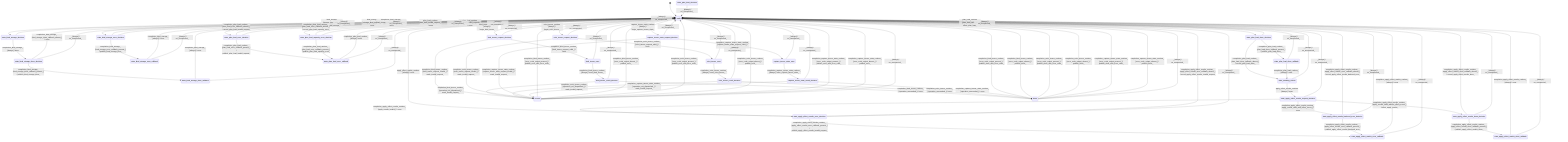
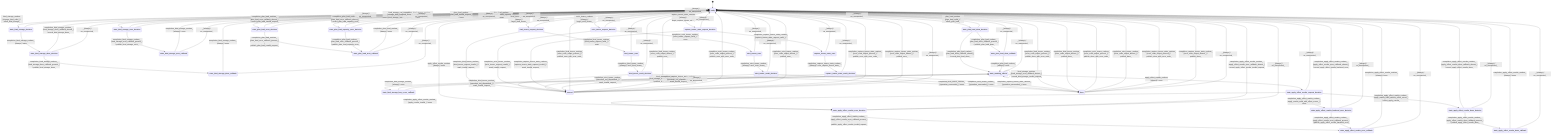
stateDiagram-v2
  direction TB
  [*] --> ready
-   ready --> state_bind_storage_decision : bind_storage [storage_bind_valid_] / effect_bind_storage_
-   ready --> state_bind_storage_error_decision : bind_storage [storage_bind_invalid_] / none
-   state_bind_storage_decision --> state_bind_storage_done_decision : completion_bind_storage_ [always] / none
-   state_bind_storage_done_decision --> state_bind_storage_done_callback : completion_bind_storage_ [bind_storage_done_callback_present_] / publish_bind_storage_done_
-   state_bind_storage_done_decision --> ready : completion_bind_storage_ [bind_storage_done_callback_absent_] / none
-   state_bind_storage_done_callback --> ready : completion_bind_storage_ [always] / none
-   state_bind_storage_error_decision --> state_bind_storage_error_callback : completion_bind_storage_ [bind_storage_error_callback_present_] / publish_bind_storage_error_
-   state_bind_storage_error_decision --> ready : completion_bind_storage_ [bind_storage_error_callback_absent_] / none
-   state_bind_storage_error_callback --> ready : completion_bind_storage_ [always] / none
+   ready --> state_bind_storage_decision : bind_storage_runtime [storage_bind_valid_] / effect_bind_storage_
+   ready --> state_bind_storage_error_decision : bind_storage_runtime [storage_bind_invalid_] / record_bind_storage_invalid_request_
+   state_bind_storage_decision --> state_bind_storage_done_decision : completion_bind_storage_runtime_ [always] / none
+   state_bind_storage_done_decision --> state_bind_storage_done_callback : completion_bind_storage_runtime_ [bind_storage_done_callback_present_] / publish_bind_storage_done_
+   state_bind_storage_done_decision --> ready : completion_bind_storage_runtime_ [bind_storage_done_callback_absent_] / record_bind_storage_done_
+   state_bind_storage_done_callback --> ready : completion_bind_storage_runtime_ [always] / none
+   state_bind_storage_error_decision --> state_bind_storage_error_callback : completion_bind_storage_runtime_ [bind_storage_error_callback_present_] / publish_bind_storage_error_
+   state_bind_storage_error_decision --> ready : completion_bind_storage_runtime_ [bind_storage_error_callback_absent_] / none
+   state_bind_storage_error_callback --> ready : completion_bind_storage_runtime_ [always] / none
+   state_awaiting_effects --> state_bind_storage_busy_error_callback : bind_storage_runtime [bind_storage_error_callback_present_] / publish_bind_storage_error_
+   state_awaiting_effects --> state_awaiting_effects : bind_storage_runtime [bind_storage_error_callback_absent_] / record_bind_storage_invalid_request_
+   state_bind_storage_busy_error_callback --> state_awaiting_effects : completion_bind_storage_runtime_ [always] / none
  ready --> state_plan_load_done_decision : plan_load_runtime [plan_load_valid_] / effect_plan_load_
  ready --> state_plan_load_error_decision : plan_load_runtime [plan_load_invalid_request_] / none
  ready --> state_plan_load_capacity_error_decision : plan_load_runtime [plan_load_invalid_capacity_] / none
  state_plan_load_done_decision --> state_plan_load_done_callback : completion_plan_load_runtime_ [plan_load_done_callback_present_] / publish_plan_load_done_
  state_plan_load_done_decision --> state_awaiting_effects : completion_plan_load_runtime_ [plan_load_done_callback_absent_] / record_plan_load_done_
  state_plan_load_done_callback --> state_awaiting_effects : completion_plan_load_runtime_ [always] / none
  state_plan_load_error_decision --> state_plan_load_error_callback : completion_plan_load_runtime_ [plan_load_error_callback_present_] / publish_plan_load_invalid_request_
  state_plan_load_error_decision --> ready : completion_plan_load_runtime_ [plan_load_error_callback_absent_] / record_plan_load_invalid_request_
  state_plan_load_capacity_error_decision --> state_plan_load_error_callback : completion_plan_load_runtime_ [plan_load_error_callback_present_] / publish_plan_load_capacity_error_
  state_plan_load_capacity_error_decision --> ready : completion_plan_load_runtime_ [plan_load_error_callback_absent_] / record_plan_load_capacity_error_
  state_plan_load_error_callback --> ready : completion_plan_load_runtime_ [always] / none
  state_awaiting_effects --> state_apply_effect_results_request_decision : apply_effect_results_runtime [always] / none
  state_apply_effect_results_request_decision --> state_apply_effect_results_error_decision : completion_apply_effect_results_runtime_ [apply_results_invalid_] / none
  state_apply_effect_results_request_decision --> state_apply_effect_results_backend_error_decision : completion_apply_effect_results_runtime_ [apply_results_valid_with_effect_errors_] / none
  state_apply_effect_results_request_decision --> state_apply_effect_results_done_decision : completion_apply_effect_results_runtime_ [apply_results_valid_without_effect_errors_] / effect_apply_results_
  ready --> state_apply_effect_results_error_decision : apply_effect_results_runtime [always] / none
  state_apply_effect_results_done_decision --> state_apply_effect_results_done_callback : completion_apply_effect_results_runtime_ [apply_effect_results_done_callback_present_] / publish_apply_effect_results_done_
  state_apply_effect_results_done_decision --> ready : completion_apply_effect_results_runtime_ [apply_effect_results_done_callback_absent_] / record_apply_effect_results_done_
  state_apply_effect_results_done_callback --> ready : completion_apply_effect_results_runtime_ [always] / none
  state_apply_effect_results_error_decision --> state_apply_effect_results_error_callback : completion_apply_effect_results_runtime_ [apply_effect_results_error_callback_present_] / publish_apply_effect_results_invalid_request_
  state_apply_effect_results_error_decision --> ready : completion_apply_effect_results_runtime_ [apply_effect_results_error_callback_absent_] / record_apply_effect_results_invalid_request_
  state_apply_effect_results_backend_error_decision --> state_apply_effect_results_error_callback : completion_apply_effect_results_runtime_ [apply_effect_results_error_callback_present_] / publish_apply_effect_results_backend_error_
  state_apply_effect_results_backend_error_decision --> ready : completion_apply_effect_results_runtime_ [apply_effect_results_error_callback_absent_] / record_apply_effect_results_backend_error_
  state_apply_effect_results_error_callback --> ready : completion_apply_effect_results_runtime_ [always] / none
  ready --> bind_tensor_request_decision : bind_tensor_runtime [always] / begin_bind_tensor_
  bind_tensor_request_decision --> bind_tensor_exec : completion_bind_tensor_runtime_ [bind_tensor_request_valid_] / none
  bind_tensor_request_decision --> errored : completion_bind_tensor_runtime_ [bind_tensor_request_invalid_] / mark_invalid_request_
  bind_tensor_exec --> bind_tensor_result_decision : completion_bind_tensor_runtime_ [always] / exec_bind_tensor_
  bind_tensor_result_decision --> done : completion_bind_tensor_runtime_ [operation_succeeded_] / none
  bind_tensor_result_decision --> errored : completion_bind_tensor_runtime_ [operation_not_dispatched_] / mark_invalid_request_
  ready --> evict_tensor_request_decision : evict_tensor_runtime [always] / begin_evict_tensor_
  evict_tensor_request_decision --> evict_tensor_exec : completion_evict_tensor_runtime_ [evict_tensor_request_valid_] / none
  evict_tensor_request_decision --> errored : completion_evict_tensor_runtime_ [evict_tensor_request_invalid_] / mark_invalid_request_
  evict_tensor_exec --> evict_tensor_result_decision : completion_evict_tensor_runtime_ [always] / exec_evict_tensor_
  evict_tensor_result_decision --> done : completion_evict_tensor_runtime_ [operation_succeeded_] / none
  evict_tensor_result_decision --> errored : completion_evict_tensor_runtime_ [operation_not_dispatched_] / mark_invalid_request_
  ready --> capture_tensor_state_request_decision : capture_tensor_state_runtime [always] / begin_capture_tensor_state_
  capture_tensor_state_request_decision --> capture_tensor_state_exec : completion_capture_tensor_state_runtime_ [capture_tensor_state_request_valid_] / none
  capture_tensor_state_request_decision --> errored : completion_capture_tensor_state_runtime_ [capture_tensor_state_request_invalid_] / mark_invalid_request_
  capture_tensor_state_exec --> capture_tensor_state_result_decision : completion_capture_tensor_state_runtime_ [always] / exec_capture_tensor_state_
  capture_tensor_state_result_decision --> done : completion_capture_tensor_state_runtime_ [operation_succeeded_] / none
  capture_tensor_state_result_decision --> errored : completion_capture_tensor_state_runtime_ [operation_not_dispatched_] / mark_invalid_request_
  done --> ready : completion_bind_tensor_runtime_ [error_code_output_present_] / publish_done_with_error_code_
  done --> ready : completion_bind_tensor_runtime_ [error_code_output_absent_] / publish_done_
  errored --> ready : completion_bind_tensor_runtime_ [error_code_output_present_] / publish_error_with_error_code_
  errored --> ready : completion_bind_tensor_runtime_ [error_code_output_absent_] / publish_error_
  done --> ready : completion_evict_tensor_runtime_ [error_code_output_present_] / publish_done_with_error_code_
  done --> ready : completion_evict_tensor_runtime_ [error_code_output_absent_] / publish_done_
  errored --> ready : completion_evict_tensor_runtime_ [error_code_output_present_] / publish_error_with_error_code_
  errored --> ready : completion_evict_tensor_runtime_ [error_code_output_absent_] / publish_error_
  done --> ready : completion_capture_tensor_state_runtime_ [error_code_output_present_] / publish_done_with_error_code_
  done --> ready : completion_capture_tensor_state_runtime_ [error_code_output_absent_] / publish_done_
  errored --> ready : completion_capture_tensor_state_runtime_ [error_code_output_present_] / publish_error_with_error_code_
  errored --> ready : completion_capture_tensor_state_runtime_ [error_code_output_absent_] / publish_error_
  ready --> ready : _ [always] / on_unexpected_
  state_bind_storage_decision --> ready : _ [always] / on_unexpected_
  state_bind_storage_done_decision --> ready : _ [always] / on_unexpected_
  state_bind_storage_done_callback --> ready : _ [always] / on_unexpected_
  state_bind_storage_error_decision --> ready : _ [always] / on_unexpected_
  state_bind_storage_error_callback --> ready : _ [always] / on_unexpected_
-   state_plan_load_decision --> ready : _ [always] / on_unexpected_
+   state_bind_storage_busy_error_callback --> state_awaiting_effects : _ [always] / on_unexpected_
  state_plan_load_done_decision --> ready : _ [always] / on_unexpected_
  state_plan_load_done_callback --> ready : _ [always] / on_unexpected_
  state_plan_load_error_decision --> ready : _ [always] / on_unexpected_
  state_plan_load_capacity_error_decision --> ready : _ [always] / on_unexpected_
  state_plan_load_error_callback --> ready : _ [always] / on_unexpected_
  state_awaiting_effects --> ready : _ [always] / on_unexpected_
  state_apply_effect_results_request_decision --> ready : _ [always] / on_unexpected_
  state_apply_effect_results_done_decision --> ready : _ [always] / on_unexpected_
  state_apply_effect_results_done_callback --> ready : _ [always] / on_unexpected_
  state_apply_effect_results_error_decision --> ready : _ [always] / on_unexpected_
  state_apply_effect_results_backend_error_decision --> ready : _ [always] / on_unexpected_
  state_apply_effect_results_error_callback --> ready : _ [always] / on_unexpected_
  bind_tensor_request_decision --> ready : _ [always] / on_unexpected_
  bind_tensor_exec --> ready : _ [always] / on_unexpected_
  bind_tensor_result_decision --> ready : _ [always] / on_unexpected_
  evict_tensor_request_decision --> ready : _ [always] / on_unexpected_
  evict_tensor_exec --> ready : _ [always] / on_unexpected_
  evict_tensor_result_decision --> ready : _ [always] / on_unexpected_
  capture_tensor_state_request_decision --> ready : _ [always] / on_unexpected_
  capture_tensor_state_exec --> ready : _ [always] / on_unexpected_
  capture_tensor_state_result_decision --> ready : _ [always] / on_unexpected_
  done --> ready : _ [always] / on_unexpected_
  errored --> ready : _ [always] / on_unexpected_
